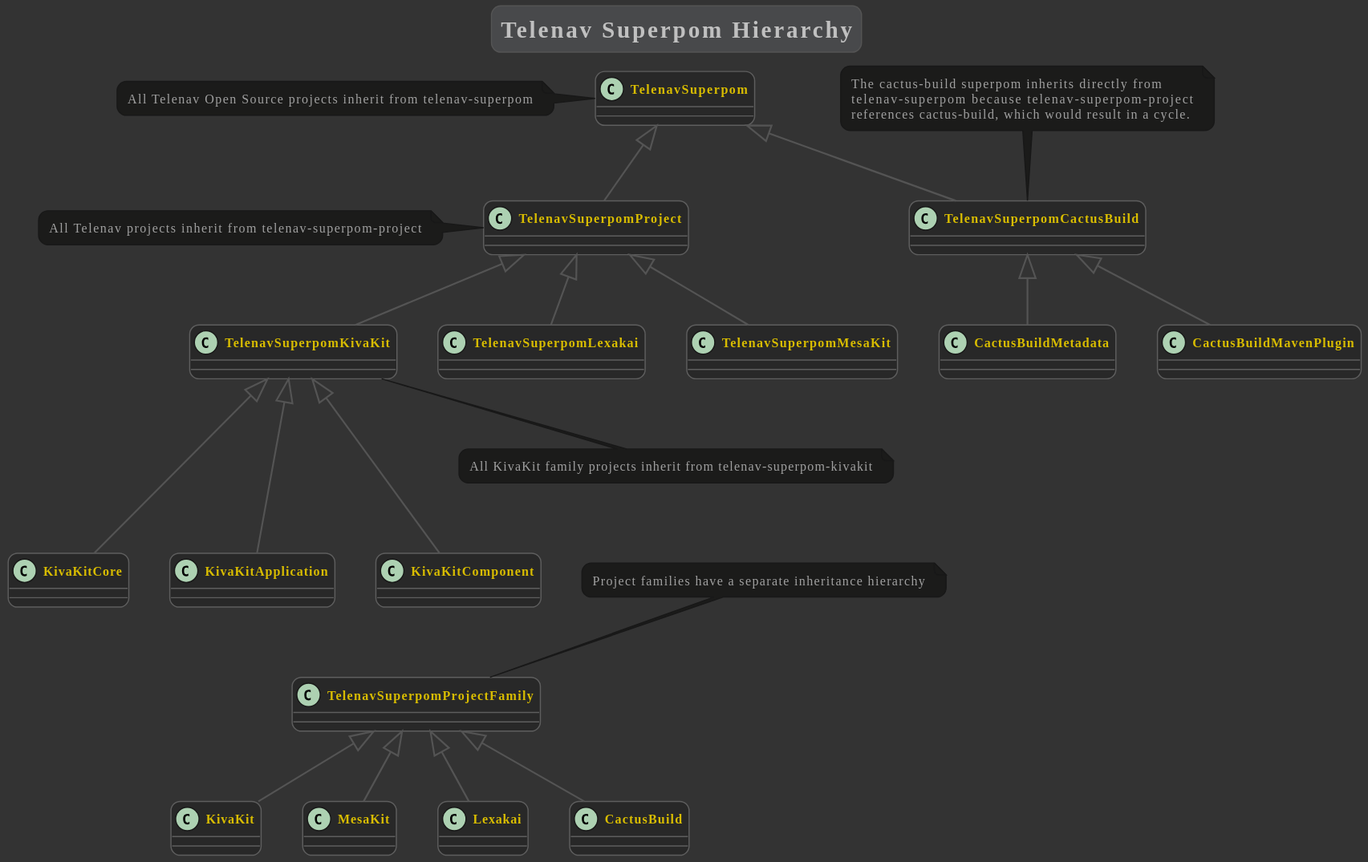
Above: documentation/pom-inheritance.svg in Telenav/telenav-superpom (PlantUML), before the change. Its source is kept beside it as documentation/pom-inheritance.puml. Source of this version:
```plantuml
@startuml

    !include lexakai.theme

    title "Telenav Superpom Hierarchy"

    top to bottom direction

    class TelenavSuperpom
    class TelenavSuperpomCactusBuild
    class TelenavSuperpomKivaKit
    class TelenavSuperpomLexakai
    class TelenavSuperpomMesaKit
    class TelenavSuperpomProject
    class TelenavSuperpomProjectFamily

    TelenavSuperpomProject -u-|> TelenavSuperpom
    TelenavSuperpomCactusBuild -u-|> TelenavSuperpom
    TelenavSuperpomKivaKit -u-|> TelenavSuperpomProject
    TelenavSuperpomMesaKit -u-|> TelenavSuperpomProject
    TelenavSuperpomLexakai -u-|> TelenavSuperpomProject

    KivaKitApplication --u-|> TelenavSuperpomKivaKit
    KivaKitComponent --u-|> TelenavSuperpomKivaKit
    KivaKitCore --u-|> TelenavSuperpomKivaKit

    TelenavSuperpomProjectFamily -[hidden]up-|> KivaKitCore

    KivaKit -u-|> TelenavSuperpomProjectFamily
    MesaKit -u-|> TelenavSuperpomProjectFamily
    Lexakai -u-|> TelenavSuperpomProjectFamily
    CactusBuild -u-|> TelenavSuperpomProjectFamily

    CactusBuildMavenPlugin -u-|> TelenavSuperpomCactusBuild
    CactusBuildMetadata -u-|> TelenavSuperpomCactusBuild

    note left of TelenavSuperpom
        All Telenav Open Source projects inherit from telenav-superpom
    end note

    note top of TelenavSuperpomProjectFamily
        Project families have a separate inheritance hierarchy
    end note

    note left of TelenavSuperpomProject
        All Telenav projects inherit from telenav-superpom-project
    end note

    note bottom of TelenavSuperpomKivaKit
        All KivaKit family projects inherit from telenav-superpom-kivakit
    end note

    note top of TelenavSuperpomCactusBuild
        The cactus-build superpom inherits directly from
        telenav-superpom because telenav-superpom-project
        references cactus-build, which would result in a cycle.
    end note


@enduml
```
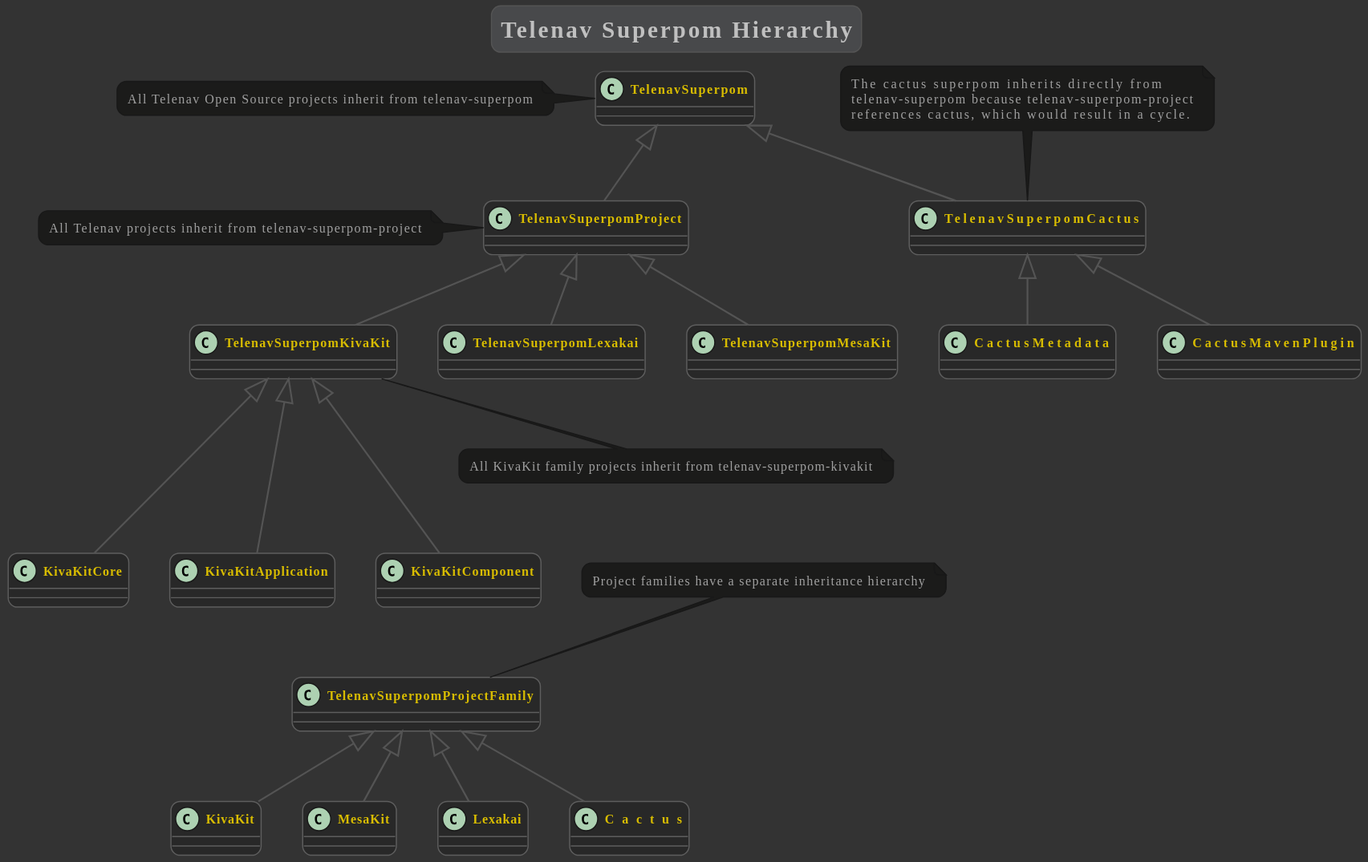
Above is the later version.

Commit message:
📝 Change cactus-build -> cactus

What changed in the source:
```diff
@@ -7,7 +7,7 @@
     top to bottom direction
 
     class TelenavSuperpom
-    class TelenavSuperpomCactusBuild
+    class TelenavSuperpomCactus
     class TelenavSuperpomKivaKit
     class TelenavSuperpomLexakai
     class TelenavSuperpomMesaKit
@@ -15,7 +15,7 @@
     class TelenavSuperpomProjectFamily
 
     TelenavSuperpomProject -u-|> TelenavSuperpom
-    TelenavSuperpomCactusBuild -u-|> TelenavSuperpom
+    TelenavSuperpomCactus -u-|> TelenavSuperpom
     TelenavSuperpomKivaKit -u-|> TelenavSuperpomProject
     TelenavSuperpomMesaKit -u-|> TelenavSuperpomProject
     TelenavSuperpomLexakai -u-|> TelenavSuperpomProject
@@ -29,10 +29,10 @@
     KivaKit -u-|> TelenavSuperpomProjectFamily
     MesaKit -u-|> TelenavSuperpomProjectFamily
     Lexakai -u-|> TelenavSuperpomProjectFamily
-    CactusBuild -u-|> TelenavSuperpomProjectFamily
+    Cactus -u-|> TelenavSuperpomProjectFamily
 
-    CactusBuildMavenPlugin -u-|> TelenavSuperpomCactusBuild
-    CactusBuildMetadata -u-|> TelenavSuperpomCactusBuild
+    CactusMavenPlugin -u-|> TelenavSuperpomCactus
+    CactusMetadata -u-|> TelenavSuperpomCactus
 
     note left of TelenavSuperpom
         All Telenav Open Source projects inherit from telenav-superpom
@@ -50,10 +50,10 @@
         All KivaKit family projects inherit from telenav-superpom-kivakit
     end note
 
-    note top of TelenavSuperpomCactusBuild
-        The cactus-build superpom inherits directly from
+    note top of TelenavSuperpomCactus
+        The cactus superpom inherits directly from
         telenav-superpom because telenav-superpom-project
-        references cactus-build, which would result in a cycle.
+        references cactus, which would result in a cycle.
     end note
 
 
```
